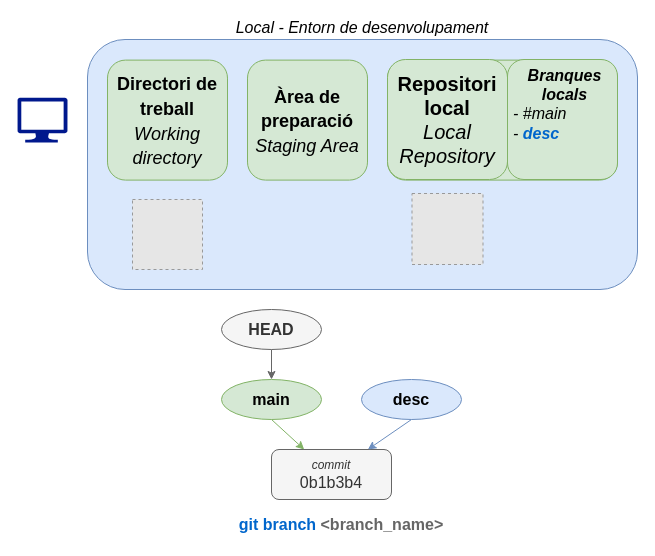
joapuiib/curs-git keeps this draw.io diagram as docs/apunts/img/branques/create_desc.drawio. Above is the earlier version. Source tidied: cells renumbered, new cells numbered last; positions are measured from the earlier drawing's top-left corner, leaving out a move shared by most shapes. Both pictures are drawn from the tidied source at 100%, with x=0, y=0 at pixel (17, 39). Pictures stored in the file or linked from it are replaced by grey dashed boxes.
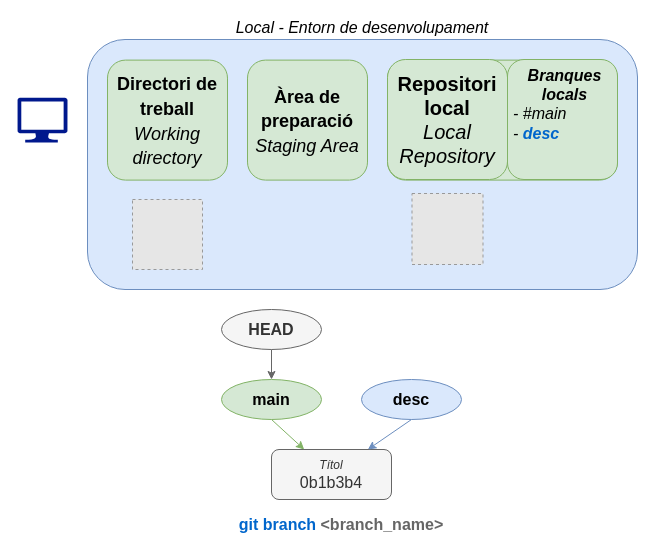
Above is the later version.

What changed in the source:
```diff
@@
 <mxGraphModel>
   <root>
     <mxCell id="0" />
     <mxCell id="1" parent="0" />
     <mxCell id="2" value="&lt;i&gt;Local - Entorn de desenvolupament&lt;/i&gt;" style="rounded=1;whiteSpace=wrap;html=1;verticalAlign=bottom;labelPosition=center;verticalLabelPosition=top;align=center;textDirection=ltr;labelBackgroundColor=none;spacingTop=0;spacing=2;fontSize=16;fillColor=#dae8fc;strokeColor=#6c8ebf;" parent="1" vertex="1">
       <mxGeometry x="70" width="550" height="250" as="geometry" />
     </mxCell>
     <mxCell id="3" style="sketch=0;shadow=0;dashed=0;html=1;strokeColor=none;labelPosition=center;verticalLabelPosition=bottom;verticalAlign=top;align=center;fillColor=#00188D;shape=mxgraph.azure.computer;" parent="1" vertex="1">
       <mxGeometry y="58.1" width="50" height="45" as="geometry" />
     </mxCell>
     <mxCell id="4" style="rounded=1;whiteSpace=wrap;html=1;fontSize=20;fillColor=#d5e8d4;strokeColor=#82b366;" parent="1" vertex="1">
       <mxGeometry x="370" y="20.6" width="230" height="120" as="geometry" />
     </mxCell>
     <mxCell id="5" value="&lt;b&gt;Repositori local&lt;/b&gt;&lt;i&gt;&lt;br&gt;Local Repository&lt;/i&gt;" style="rounded=1;whiteSpace=wrap;html=1;fontSize=20;fillColor=#d5e8d4;strokeColor=#82b366;" parent="1" vertex="1">
       <mxGeometry x="370" y="20" width="120" height="120" as="geometry" />
     </mxCell>
     <mxCell id="6" value="&lt;b style=&quot;border-color: var(--border-color); font-size: 18px;&quot;&gt;Àrea de preparació&lt;/b&gt;&lt;br style=&quot;border-color: var(--border-color); font-size: 18px;&quot;&gt;&lt;i style=&quot;border-color: var(--border-color); font-size: 18px;&quot;&gt;Staging Area&lt;/i&gt;" style="rounded=1;whiteSpace=wrap;html=1;fontSize=20;fillColor=#d5e8d4;strokeColor=#82b366;" parent="1" vertex="1">
       <mxGeometry x="230" y="20.6" width="120" height="120" as="geometry" />
     </mxCell>
     <mxCell id="7" value="&lt;b style=&quot;border-color: var(--border-color); font-size: 18px;&quot;&gt;Directori de treball&lt;/b&gt;&lt;br style=&quot;border-color: var(--border-color); font-size: 18px;&quot;&gt;&lt;i style=&quot;border-color: var(--border-color); font-size: 18px;&quot;&gt;Working directory&lt;/i&gt;" style="rounded=1;whiteSpace=wrap;html=1;fontSize=20;fillColor=#d5e8d4;strokeColor=#82b366;" parent="1" vertex="1">
       <mxGeometry x="90" y="20.6" width="120" height="120" as="geometry" />
     </mxCell>
     <mxCell id="8" style="fillColor=#E6E6E6;strokeColor=#999999;dashed=1;verticalLabelPosition=bottom;verticalAlign=top;" parent="1" vertex="1">
       <mxGeometry x="115" y="160" width="70" height="70" as="geometry" />
     </mxCell>
     <mxCell id="9" style="fillColor=#E6E6E6;strokeColor=#999999;dashed=1;verticalLabelPosition=bottom;verticalAlign=top;" parent="1" vertex="1">
       <mxGeometry x="394.5" y="154" width="71" height="71" as="geometry" />
     </mxCell>
     <mxCell id="10" value="&lt;i style=&quot;&quot;&gt;&lt;b style=&quot;font-size: 16px;&quot;&gt;Branques locals&lt;/b&gt;&lt;br style=&quot;font-size: 16px;&quot;&gt;&lt;div style=&quot;text-align: left;&quot;&gt;&lt;span style=&quot;background-color: initial;&quot;&gt;- #main&lt;/span&gt;&lt;br&gt;&lt;/div&gt;&lt;div style=&quot;text-align: left;&quot;&gt;&lt;span style=&quot;background-color: initial;&quot;&gt;- &lt;b&gt;&lt;font color=&quot;#0066cc&quot;&gt;desc&lt;/font&gt;&lt;/b&gt;&lt;/span&gt;&lt;/div&gt;&lt;/i&gt;" style="rounded=1;whiteSpace=wrap;html=1;fontSize=16;fillColor=#d5e8d4;strokeColor=#82b366;verticalAlign=top;spacingLeft=5;" parent="1" vertex="1">
       <mxGeometry x="490" y="20" width="110" height="120" as="geometry" />
     </mxCell>
-    <mxCell id="11" value="&lt;div style=&quot;line-height: 100%;&quot;&gt;&lt;i&gt;&lt;font style=&quot;font-size: 12px;&quot;&gt;commit&lt;/font&gt;&lt;/i&gt;&lt;/div&gt;0b1b3b4" style="rounded=1;whiteSpace=wrap;html=1;fontSize=16;fillColor=#f5f5f5;strokeColor=#666666;fontColor=#333333;" parent="1" vertex="1">
+    <mxCell id="11" value="&lt;div style=&quot;line-height: 100%;&quot;&gt;&lt;i&gt;&lt;font style=&quot;font-size: 12px;&quot;&gt;Títol&lt;/font&gt;&lt;/i&gt;&lt;/div&gt;0b1b3b4" style="rounded=1;whiteSpace=wrap;html=1;fontSize=16;fillColor=#f5f5f5;strokeColor=#666666;fontColor=#333333;" parent="1" vertex="1">
       <mxGeometry x="254" y="410" width="120" height="50" as="geometry" />
     </mxCell>
     <mxCell id="12" style="rounded=0;jettySize=auto;html=1;exitX=0.5;exitY=1;exitDx=0;exitDy=0;fillColor=#d5e8d4;strokeColor=#82b366;" parent="1" edge="1" source="13" target="11">
       <mxGeometry relative="1" as="geometry" />
     </mxCell>
     <mxCell id="13" value="main" style="ellipse;whiteSpace=wrap;html=1;fillColor=#d5e8d4;strokeColor=#82b366;fontSize=16;fontStyle=1;" parent="1" vertex="1">
       <mxGeometry x="204" y="340" width="100" height="40" as="geometry" />
     </mxCell>
     <mxCell id="14" style="rounded=0;jettySize=auto;html=1;exitX=0.5;exitY=1;exitDx=0;exitDy=0;fillColor=#dae8fc;strokeColor=#6c8ebf;" parent="1" edge="1" source="15" target="11">
       <mxGeometry relative="1" as="geometry" />
     </mxCell>
     <mxCell id="15" value="desc" style="ellipse;whiteSpace=wrap;html=1;fillColor=#dae8fc;strokeColor=#6c8ebf;fontSize=16;fontStyle=1;" parent="1" vertex="1">
       <mxGeometry x="344" y="340" width="100" height="40" as="geometry" />
     </mxCell>
     <mxCell id="16" value="git branch &lt;font color=&quot;#666666&quot;&gt;&amp;lt;branch_name&amp;gt;&lt;/font&gt;" style="text;html=1;strokeColor=none;fillColor=none;align=center;verticalAlign=middle;whiteSpace=wrap;rounded=0;fontSize=16;fontStyle=1;fontColor=#0066CC;" parent="1" vertex="1">
       <mxGeometry x="214" y="470" width="220" height="30" as="geometry" />
     </mxCell>
     <mxCell id="17" style="edgeStyle=orthogonalEdgeStyle;rounded=0;jettySize=auto;html=1;exitX=0.5;exitY=1;exitDx=0;exitDy=0;fillColor=#f5f5f5;strokeColor=#666666;entryX=0.5;entryY=0;entryDx=0;entryDy=0;" parent="1" edge="1" source="18" target="13">
       <mxGeometry relative="1" as="geometry" />
     </mxCell>
     <mxCell id="18" value="HEAD" style="ellipse;whiteSpace=wrap;html=1;fillColor=#f5f5f5;strokeColor=#666666;fontSize=16;fontStyle=1;fontColor=#333333;" parent="1" vertex="1">
       <mxGeometry x="204" y="270" width="100" height="40" as="geometry" />
     </mxCell>
   </root>
 </mxGraphModel>
```
